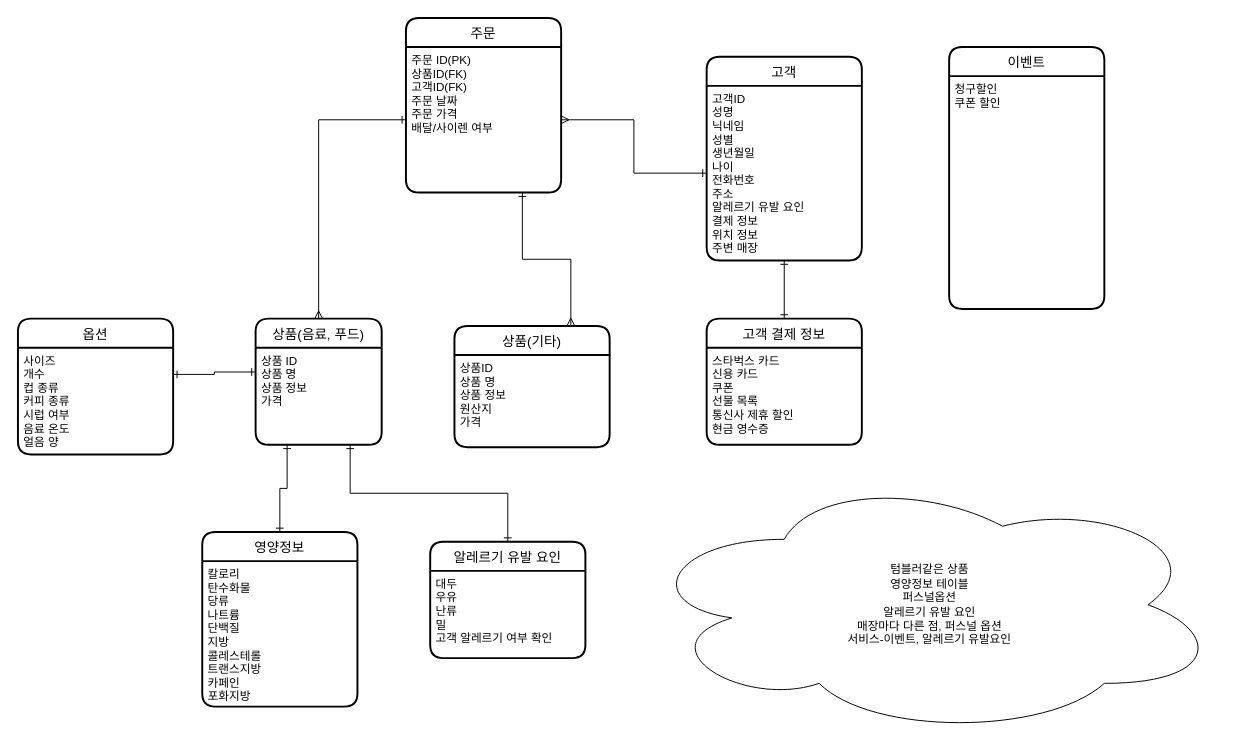
Earlier version of the draw.io diagram 스타벅스 db설계.drawio (gabang2/starbucks). Source tidied: cells renumbered, new cells numbered last; positions are measured from the earlier drawing's top-left corner, leaving out a move shared by most shapes. Both pictures are drawn from the tidied source at 97%, with x=0, y=0 at pixel (17, 17).
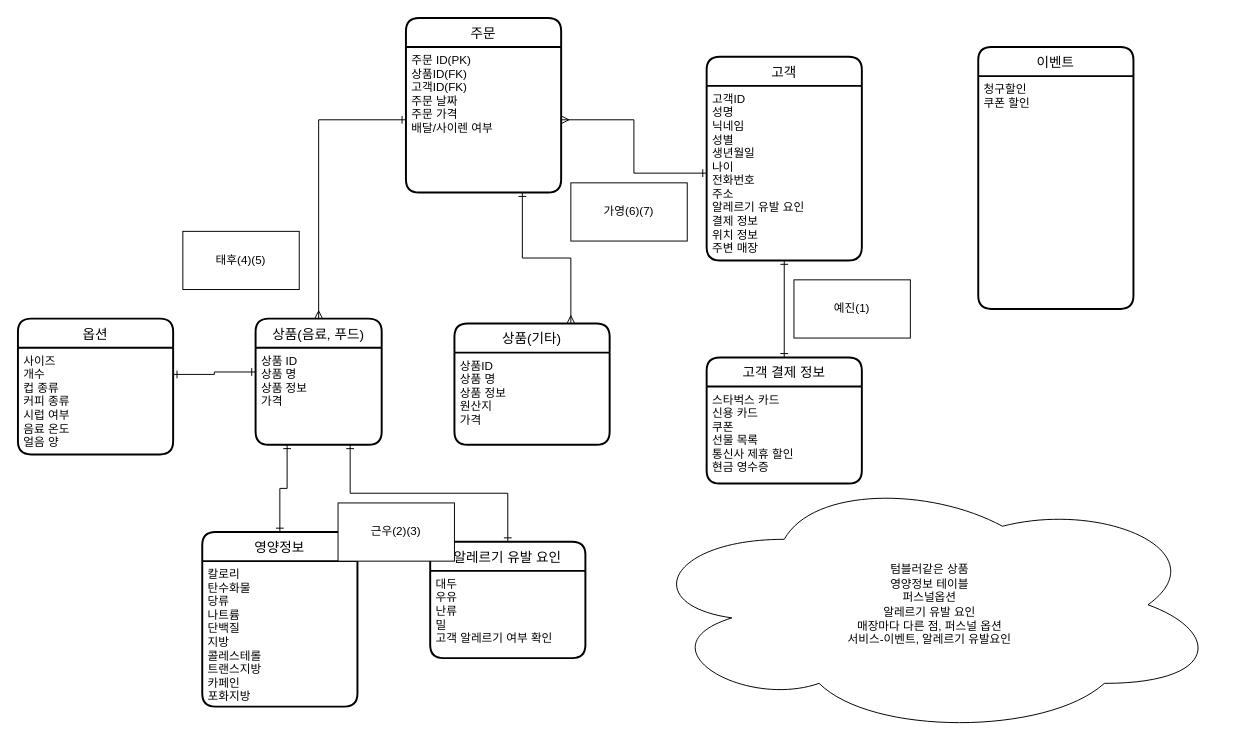
The same page after the edit.

Commit message:
Update 스타벅스 db설계.drawio

Diff of the diagram source:
```diff
@@
     <mxCell id="7" value="상품(기타)" style="swimlane;horizontal=1;startSize=30;rounded=1;fontSize=14;fontStyle=0;strokeWidth=2;shadow=0;dashed=0;align=center;" parent="1" vertex="1">
-      <mxGeometry x="450" y="317.5" width="160" height="125" as="geometry" />
+      <mxGeometry x="450" y="315" width="160" height="125" as="geometry" />
     </mxCell>
@@
     <mxCell id="16" value="이벤트" style="swimlane;horizontal=1;startSize=30;rounded=1;fontSize=14;fontStyle=0;strokeWidth=2;shadow=0;dashed=0;align=center;" parent="1" vertex="1">
-      <mxGeometry x="960" y="30" width="160" height="270" as="geometry" />
+      <mxGeometry x="990" y="30" width="160" height="270" as="geometry" />
     </mxCell>
@@
     <mxCell id="18" value="고객 결제 정보" style="swimlane;horizontal=1;startSize=30;rounded=1;fontSize=14;fontStyle=0;strokeWidth=2;shadow=0;dashed=0;align=center;" parent="1" vertex="1">
-      <mxGeometry x="710" y="310" width="160" height="130" as="geometry" />
+      <mxGeometry x="710" y="350" width="160" height="130" as="geometry" />
     </mxCell>
@@
+    <mxCell id="29" value="예진(1)" style="rounded=0;whiteSpace=wrap;html=1;" parent="1" vertex="1">
+      <mxGeometry x="800" y="270" width="120" height="60" as="geometry" />
+    </mxCell>
+    <mxCell id="30" value="근우(2)(3)" style="rounded=0;whiteSpace=wrap;html=1;" parent="1" vertex="1">
+      <mxGeometry x="330" y="500" width="120" height="60" as="geometry" />
+    </mxCell>
+    <mxCell id="31" value="태후(4)(5)" style="rounded=0;whiteSpace=wrap;html=1;" parent="1" vertex="1">
+      <mxGeometry x="170" y="220" width="120" height="60" as="geometry" />
+    </mxCell>
+    <mxCell id="32" value="가영(6)(7)" style="rounded=0;whiteSpace=wrap;html=1;" parent="1" vertex="1">
+      <mxGeometry x="570" y="170" width="120" height="60" as="geometry" />
+    </mxCell>
```
